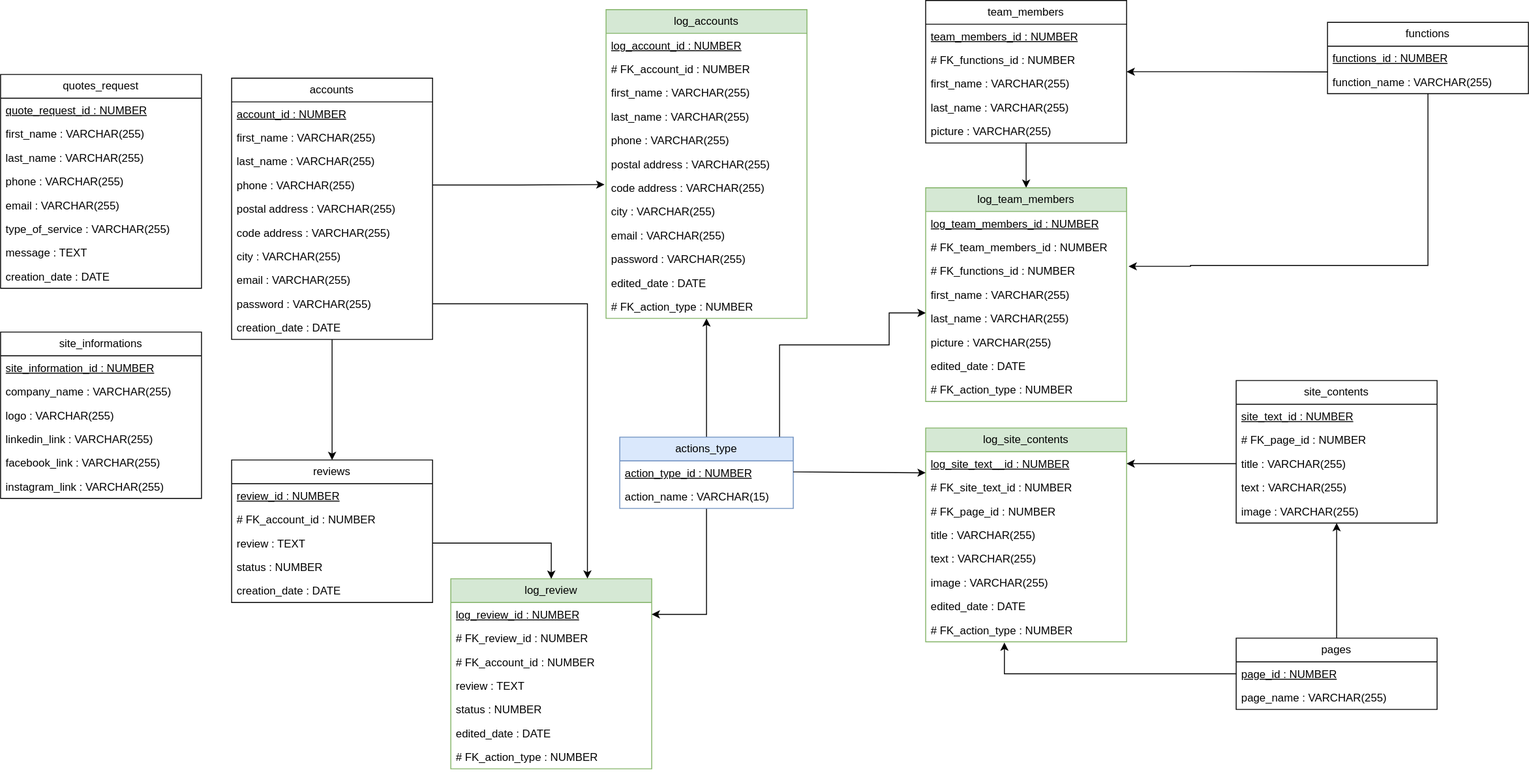
Above: bdd/BDD site-MPD.svg in G-MARTEL/sae5 (draw.io), before the change. Source tidied: cells renumbered, new cells last; positions are measured from the earlier drawing's top-left corner, leaving out a move shared by most shapes.
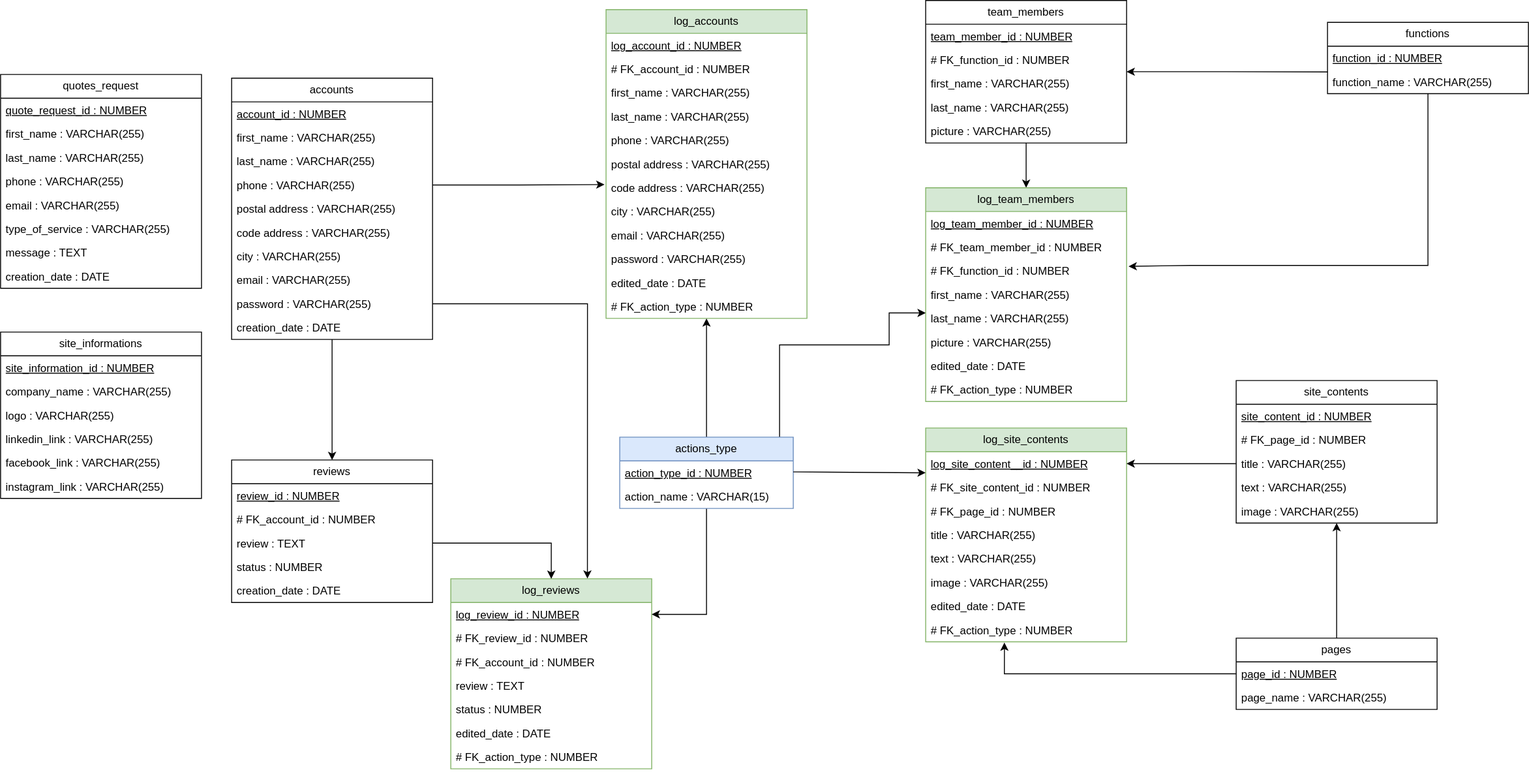
After the change.

Commit message:
Modification du nommage de certains nom de tables et nom de champs

What changed in the source:
```diff
@@ -125,7 +125,7 @@
     <mxCell id="42" value="creation_date : DATE" style="text;strokeColor=none;fillColor=none;align=left;verticalAlign=top;spacingLeft=4;spacingRight=4;overflow=hidden;whiteSpace=wrap;html=1;" parent="37" vertex="1">
       <mxGeometry y="130" width="220" height="26" as="geometry" />
     </mxCell>
-    <mxCell id="43" value="log_review" style="swimlane;fontStyle=0;horizontal=1;startSize=26;fillColor=#d5e8d4;whiteSpace=wrap;html=1;strokeColor=#82b366;" parent="1" vertex="1">
+    <mxCell id="43" value="log_reviews" style="swimlane;fontStyle=0;horizontal=1;startSize=26;fillColor=#d5e8d4;whiteSpace=wrap;html=1;strokeColor=#82b366;" parent="1" vertex="1">
       <mxGeometry x="493" y="633" width="220" height="208" as="geometry" />
     </mxCell>
     <mxCell id="44" value="&lt;u&gt;log_review_id : NUMBER&lt;/u&gt;" style="text;strokeColor=none;fillColor=none;align=left;verticalAlign=top;spacingLeft=4;spacingRight=4;overflow=hidden;points=[[0,0.5],[1,0.5]];portConstraint=eastwest;whiteSpace=wrap;html=1;" parent="43" vertex="1">
@@ -176,7 +176,7 @@
     <mxCell id="59" value="&lt;span style=&quot;font-weight: normal;&quot;&gt;site_contents&lt;/span&gt;" style="swimlane;fontStyle=1;horizontal=1;startSize=26;fillColor=none;whiteSpace=wrap;html=1;" parent="1" vertex="1">
       <mxGeometry x="1353" y="416" width="220" height="156" as="geometry" />
     </mxCell>
-    <mxCell id="60" value="&lt;u&gt;site_text_id : NUMBER&lt;/u&gt;" style="text;strokeColor=none;fillColor=none;align=left;verticalAlign=top;spacingLeft=4;spacingRight=4;overflow=hidden;whiteSpace=wrap;html=1;" parent="59" vertex="1">
+    <mxCell id="60" value="&lt;u&gt;site_content_id : NUMBER&lt;/u&gt;" style="text;strokeColor=none;fillColor=none;align=left;verticalAlign=top;spacingLeft=4;spacingRight=4;overflow=hidden;whiteSpace=wrap;html=1;" parent="59" vertex="1">
       <mxGeometry y="26" width="220" height="26" as="geometry" />
     </mxCell>
     <mxCell id="61" value="# FK_page_id : NUMBER" style="text;strokeColor=none;fillColor=none;align=left;verticalAlign=top;spacingLeft=4;spacingRight=4;overflow=hidden;whiteSpace=wrap;html=1;" parent="59" vertex="1">
@@ -206,10 +206,10 @@
     <mxCell id="69" value="&lt;span style=&quot;font-weight: 400;&quot;&gt;team_members&lt;/span&gt;" style="swimlane;fontStyle=1;horizontal=1;startSize=26;fillColor=none;whiteSpace=wrap;html=1;" parent="1" vertex="1">
       <mxGeometry x="1013" width="220" height="156" as="geometry" />
     </mxCell>
-    <mxCell id="70" value="&lt;u&gt;&lt;span style=&quot;text-align: center;&quot;&gt;team_members&lt;/span&gt;_id : NUMBER&lt;/u&gt;" style="text;strokeColor=none;fillColor=none;align=left;verticalAlign=top;spacingLeft=4;spacingRight=4;overflow=hidden;whiteSpace=wrap;html=1;" parent="69" vertex="1">
+    <mxCell id="70" value="&lt;u&gt;&lt;span style=&quot;text-align: center;&quot;&gt;team_member&lt;/span&gt;_id : NUMBER&lt;/u&gt;" style="text;strokeColor=none;fillColor=none;align=left;verticalAlign=top;spacingLeft=4;spacingRight=4;overflow=hidden;whiteSpace=wrap;html=1;" parent="69" vertex="1">
       <mxGeometry y="26" width="220" height="26" as="geometry" />
     </mxCell>
-    <mxCell id="71" value="&lt;div style=&quot;text-align: center;&quot;&gt;&lt;span style=&quot;background-color: initial;&quot;&gt;# FK_functions_id : NUMBER&lt;/span&gt;&lt;/div&gt;" style="text;strokeColor=none;fillColor=none;align=left;verticalAlign=top;spacingLeft=4;spacingRight=4;overflow=hidden;whiteSpace=wrap;html=1;" parent="69" vertex="1">
+    <mxCell id="71" value="&lt;div style=&quot;text-align: center;&quot;&gt;&lt;span style=&quot;background-color: initial;&quot;&gt;# FK_function_id : NUMBER&lt;/span&gt;&lt;/div&gt;" style="text;strokeColor=none;fillColor=none;align=left;verticalAlign=top;spacingLeft=4;spacingRight=4;overflow=hidden;whiteSpace=wrap;html=1;" parent="69" vertex="1">
       <mxGeometry y="52" width="220" height="26" as="geometry" />
     </mxCell>
     <mxCell id="72" value="first_name : VARCHAR(255)" style="text;strokeColor=none;fillColor=none;align=left;verticalAlign=top;spacingLeft=4;spacingRight=4;overflow=hidden;whiteSpace=wrap;html=1;" parent="69" vertex="1">
@@ -232,7 +232,7 @@
     <mxCell id="76" value="&lt;span style=&quot;font-weight: 400;&quot;&gt;functions&lt;/span&gt;" style="swimlane;fontStyle=1;horizontal=1;startSize=26;fillColor=none;whiteSpace=wrap;html=1;" parent="1" vertex="1">
       <mxGeometry x="1453" y="24" width="220" height="78" as="geometry" />
     </mxCell>
-    <mxCell id="77" value="&lt;div style=&quot;text-align: center;&quot;&gt;&lt;span style=&quot;background-color: initial;&quot;&gt;&lt;u&gt;functions_id : NUMBER&lt;/u&gt;&lt;/span&gt;&lt;/div&gt;" style="text;strokeColor=none;fillColor=none;align=left;verticalAlign=top;spacingLeft=4;spacingRight=4;overflow=hidden;whiteSpace=wrap;html=1;" parent="76" vertex="1">
+    <mxCell id="77" value="&lt;div style=&quot;text-align: center;&quot;&gt;&lt;span style=&quot;background-color: initial;&quot;&gt;&lt;u&gt;function_id : NUMBER&lt;/u&gt;&lt;/span&gt;&lt;/div&gt;" style="text;strokeColor=none;fillColor=none;align=left;verticalAlign=top;spacingLeft=4;spacingRight=4;overflow=hidden;whiteSpace=wrap;html=1;" parent="76" vertex="1">
       <mxGeometry y="26" width="220" height="26" as="geometry" />
     </mxCell>
     <mxCell id="78" value="&lt;div style=&quot;text-align: center;&quot;&gt;&lt;span style=&quot;background-color: initial;&quot;&gt;function_name : VARCHAR(255)&lt;/span&gt;&lt;/div&gt;" style="text;strokeColor=none;fillColor=none;align=left;verticalAlign=top;spacingLeft=4;spacingRight=4;overflow=hidden;points=[[0,0.5],[1,0.5]];portConstraint=eastwest;whiteSpace=wrap;html=1;" parent="76" vertex="1">
@@ -241,10 +241,10 @@
     <mxCell id="79" value="&lt;span style=&quot;font-weight: normal;&quot;&gt;log_site_&lt;/span&gt;&lt;span style=&quot;font-weight: 400;&quot;&gt;contents&lt;/span&gt;" style="swimlane;fontStyle=1;horizontal=1;startSize=26;fillColor=#d5e8d4;whiteSpace=wrap;html=1;strokeColor=#82b366;" parent="1" vertex="1">
       <mxGeometry x="1013" y="468" width="220" height="234" as="geometry" />
     </mxCell>
-    <mxCell id="80" value="&lt;u&gt;log_site_text__id : NUMBER&lt;/u&gt;" style="text;strokeColor=none;fillColor=none;align=left;verticalAlign=top;spacingLeft=4;spacingRight=4;overflow=hidden;whiteSpace=wrap;html=1;" parent="79" vertex="1">
+    <mxCell id="80" value="&lt;u&gt;log_site_&lt;span style=&quot;text-align: center;&quot;&gt;content&lt;/span&gt;__id : NUMBER&lt;/u&gt;" style="text;strokeColor=none;fillColor=none;align=left;verticalAlign=top;spacingLeft=4;spacingRight=4;overflow=hidden;whiteSpace=wrap;html=1;" parent="79" vertex="1">
       <mxGeometry y="26" width="220" height="26" as="geometry" />
     </mxCell>
-    <mxCell id="81" value="# FK_site_text_id : NUMBER" style="text;strokeColor=none;fillColor=none;align=left;verticalAlign=top;spacingLeft=4;spacingRight=4;overflow=hidden;whiteSpace=wrap;html=1;" parent="79" vertex="1">
+    <mxCell id="81" value="# FK_site_&lt;span style=&quot;text-align: center;&quot;&gt;content&lt;/span&gt;_id : NUMBER" style="text;strokeColor=none;fillColor=none;align=left;verticalAlign=top;spacingLeft=4;spacingRight=4;overflow=hidden;whiteSpace=wrap;html=1;" parent="79" vertex="1">
       <mxGeometry y="52" width="220" height="26" as="geometry" />
     </mxCell>
     <mxCell id="82" value="# FK_page_id : NUMBER" style="text;strokeColor=none;fillColor=none;align=left;verticalAlign=top;spacingLeft=4;spacingRight=4;overflow=hidden;whiteSpace=wrap;html=1;" parent="79" vertex="1">
@@ -268,13 +268,13 @@
     <mxCell id="88" value="&lt;span style=&quot;font-weight: 400;&quot;&gt;log_team_members&lt;/span&gt;" style="swimlane;fontStyle=1;horizontal=1;startSize=26;fillColor=#d5e8d4;whiteSpace=wrap;html=1;strokeColor=#82b366;" parent="1" vertex="1">
       <mxGeometry x="1013" y="205" width="220" height="234" as="geometry" />
     </mxCell>
-    <mxCell id="89" value="&lt;u&gt;&lt;span style=&quot;text-align: center;&quot;&gt;log_team_members&lt;/span&gt;_id : NUMBER&lt;/u&gt;" style="text;strokeColor=none;fillColor=none;align=left;verticalAlign=top;spacingLeft=4;spacingRight=4;overflow=hidden;whiteSpace=wrap;html=1;" parent="88" vertex="1">
+    <mxCell id="89" value="&lt;u&gt;&lt;span style=&quot;text-align: center;&quot;&gt;log_team_member&lt;/span&gt;_id : NUMBER&lt;/u&gt;" style="text;strokeColor=none;fillColor=none;align=left;verticalAlign=top;spacingLeft=4;spacingRight=4;overflow=hidden;whiteSpace=wrap;html=1;" parent="88" vertex="1">
       <mxGeometry y="26" width="220" height="26" as="geometry" />
     </mxCell>
-    <mxCell id="90" value="&lt;span style=&quot;text-align: center;&quot;&gt;# FK_team_members&lt;/span&gt;_id : NUMBER" style="text;strokeColor=none;fillColor=none;align=left;verticalAlign=top;spacingLeft=4;spacingRight=4;overflow=hidden;whiteSpace=wrap;html=1;" parent="88" vertex="1">
+    <mxCell id="90" value="&lt;span style=&quot;text-align: center;&quot;&gt;# FK_team_member&lt;/span&gt;_id : NUMBER" style="text;strokeColor=none;fillColor=none;align=left;verticalAlign=top;spacingLeft=4;spacingRight=4;overflow=hidden;whiteSpace=wrap;html=1;" parent="88" vertex="1">
       <mxGeometry y="52" width="220" height="26" as="geometry" />
     </mxCell>
-    <mxCell id="91" value="&lt;div style=&quot;text-align: center;&quot;&gt;&lt;span style=&quot;background-color: initial;&quot;&gt;# FK_functions_id : NUMBER&lt;/span&gt;&lt;/div&gt;" style="text;strokeColor=none;fillColor=none;align=left;verticalAlign=top;spacingLeft=4;spacingRight=4;overflow=hidden;points=[[0,0.5],[1,0.5]];portConstraint=eastwest;whiteSpace=wrap;html=1;" parent="88" vertex="1">
+    <mxCell id="91" value="&lt;div style=&quot;text-align: center;&quot;&gt;&lt;span style=&quot;background-color: initial;&quot;&gt;# FK_function_id : NUMBER&lt;/span&gt;&lt;/div&gt;" style="text;strokeColor=none;fillColor=none;align=left;verticalAlign=top;spacingLeft=4;spacingRight=4;overflow=hidden;points=[[0,0.5],[1,0.5]];portConstraint=eastwest;whiteSpace=wrap;html=1;" parent="88" vertex="1">
       <mxGeometry y="78" width="220" height="26" as="geometry" />
     </mxCell>
     <mxCell id="92" value="first_name : VARCHAR(255)" style="text;strokeColor=none;fillColor=none;align=left;verticalAlign=top;spacingLeft=4;spacingRight=4;overflow=hidden;whiteSpace=wrap;html=1;" parent="88" vertex="1">
```
